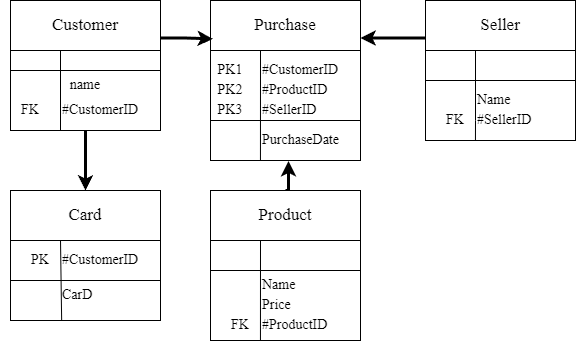
00LoPiGoR00/Practica keeps this draw.io diagram as Реляционная модель данных.png. Above is the earlier version. Source tidied: cells renumbered, new cells last; positions are measured from the earlier drawing's top-left corner, leaving out a move shared by most shapes.
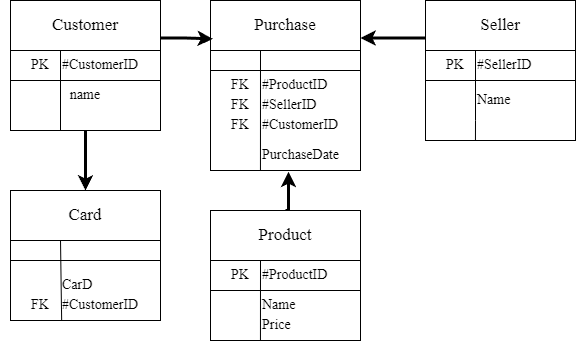
Later version of the same file.

What changed in the source:
```diff
@@ -6,10 +6,10 @@
       <mxGeometry x="10" width="150" height="50" as="geometry" />
     </mxCell>
     <mxCell id="3" style="rounded=0;whiteSpace=wrap;html=1;" parent="1" vertex="1">
-      <mxGeometry x="10" y="50" width="150" height="20" as="geometry" />
+      <mxGeometry x="10" y="50" width="150" height="30" as="geometry" />
     </mxCell>
     <mxCell id="4" style="rounded=0;whiteSpace=wrap;html=1;" parent="1" vertex="1">
-      <mxGeometry x="10" y="70" width="150" height="60" as="geometry" />
+      <mxGeometry x="10" y="80" width="150" height="50" as="geometry" />
     </mxCell>
     <mxCell id="5" style="endArrow=none;html=1;rounded=0;entryX=0.25;entryY=0;entryDx=0;entryDy=0;" parent="1" edge="1">
       <mxGeometry relative="1" as="geometry">
@@ -20,15 +20,9 @@
     <mxCell id="6" value="&lt;font face=&quot;Times New Roman&quot;&gt;&lt;br&gt;&lt;/font&gt;" style="text;html=1;strokeColor=none;fillColor=none;align=center;verticalAlign=middle;whiteSpace=wrap;rounded=0;" parent="1" vertex="1">
       <mxGeometry y="60" width="60" height="30" as="geometry" />
     </mxCell>
-    <mxCell id="7" value="&lt;font face=&quot;Times New Roman&quot;&gt;&lt;font style=&quot;font-size: 14px;&quot;&gt;FK&lt;/font&gt;&lt;br&gt;&lt;/font&gt;" style="text;html=1;strokeColor=none;fillColor=none;align=center;verticalAlign=middle;whiteSpace=wrap;rounded=0;" parent="1" vertex="1">
-      <mxGeometry y="95" width="60" height="30" as="geometry" />
-    </mxCell>
     <mxCell id="8" value="&lt;font style=&quot;font-size: 14px;&quot; face=&quot;Times New Roman&quot;&gt;name&lt;/font&gt;" style="text;html=1;strokeColor=none;fillColor=none;align=center;verticalAlign=middle;whiteSpace=wrap;rounded=0;" parent="1" vertex="1">
-      <mxGeometry x="50" y="70" width="70" height="30" as="geometry" />
+      <mxGeometry x="50" y="80" width="70" height="30" as="geometry" />
     </mxCell>
-    <mxCell id="9" value="&lt;font face=&quot;Times New Roman&quot; style=&quot;font-size: 14px;&quot;&gt;#CustomerID&lt;/font&gt;" style="text;html=1;strokeColor=none;fillColor=none;align=left;verticalAlign=middle;whiteSpace=wrap;rounded=0;" parent="1" vertex="1">
-      <mxGeometry x="60" y="95" width="80" height="30" as="geometry" />
-    </mxCell>
     <mxCell id="10" value="&lt;font face=&quot;Times New Roman&quot;&gt;PK&lt;br&gt;&lt;br&gt;&lt;/font&gt;" style="text;html=1;strokeColor=none;fillColor=none;align=center;verticalAlign=middle;whiteSpace=wrap;rounded=0;" parent="1" vertex="1">
       <mxGeometry x="200" y="55" width="60" height="30" as="geometry" />
     </mxCell>
@@ -39,13 +33,13 @@
       <mxGeometry x="210" width="150" height="50" as="geometry" />
     </mxCell>
     <mxCell id="13" style="rounded=0;whiteSpace=wrap;html=1;" parent="1" vertex="1">
-      <mxGeometry x="210" y="50" width="150" height="70" as="geometry" />
+      <mxGeometry x="210" y="50" width="150" height="20" as="geometry" />
     </mxCell>
     <mxCell id="14" style="edgeStyle=orthogonalEdgeStyle;rounded=0;jettySize=auto;html=1;exitX=0.5;exitY=0;exitDx=0;exitDy=0;strokeWidth=3;entryX=0.52;entryY=1.013;entryDx=0;entryDy=0;entryPerimeter=0;" parent="1" edge="1" source="35" target="15">
       <mxGeometry relative="1" as="geometry" />
     </mxCell>
     <mxCell id="15" style="rounded=0;whiteSpace=wrap;html=1;" parent="1" vertex="1">
-      <mxGeometry x="210" y="120" width="150" height="40" as="geometry" />
+      <mxGeometry x="210" y="70" width="150" height="100" as="geometry" />
     </mxCell>
     <mxCell id="16" style="endArrow=none;html=1;rounded=0;entryX=0.25;entryY=0;entryDx=0;entryDy=0;exitX=0.333;exitY=0.997;exitDx=0;exitDy=0;exitPerimeter=0;" parent="1" edge="1" source="15">
       <mxGeometry relative="1" as="geometry">
@@ -55,9 +49,6 @@
     <mxCell id="17" style="edgeStyle=orthogonalEdgeStyle;rounded=0;jettySize=auto;html=1;exitX=1;exitY=0.75;exitDx=0;exitDy=0;entryX=0.016;entryY=0.767;entryDx=0;entryDy=0;entryPerimeter=0;strokeWidth=3;" parent="1" edge="1" source="2" target="12">
       <mxGeometry relative="1" as="geometry" />
     </mxCell>
-    <mxCell id="18" value="&lt;font face=&quot;Times New Roman&quot;&gt;&lt;font style=&quot;font-size: 14px;&quot;&gt;PK1&lt;/font&gt;&lt;br&gt;&lt;/font&gt;" style="text;html=1;strokeColor=none;fillColor=none;align=center;verticalAlign=middle;whiteSpace=wrap;rounded=0;" parent="1" vertex="1">
-      <mxGeometry x="200" y="55" width="60" height="30" as="geometry" />
-    </mxCell>
     <mxCell id="19" value="&lt;font face=&quot;Times New Roman&quot;&gt;PK&lt;br&gt;&lt;br&gt;&lt;/font&gt;" style="text;html=1;strokeColor=none;fillColor=none;align=center;verticalAlign=middle;whiteSpace=wrap;rounded=0;" parent="1" vertex="1">
       <mxGeometry x="415" y="55" width="60" height="30" as="geometry" />
     </mxCell>
@@ -88,10 +79,10 @@
       <mxGeometry x="10" y="190" width="150" height="50" as="geometry" />
     </mxCell>
     <mxCell id="27" style="rounded=0;whiteSpace=wrap;html=1;" parent="1" vertex="1">
-      <mxGeometry x="10" y="240" width="150" height="40" as="geometry" />
+      <mxGeometry x="10" y="240" width="150" height="20" as="geometry" />
     </mxCell>
     <mxCell id="28" style="rounded=0;whiteSpace=wrap;html=1;" parent="1" vertex="1">
-      <mxGeometry x="10" y="280" width="150" height="40" as="geometry" />
+      <mxGeometry x="10" y="260" width="150" height="60" as="geometry" />
     </mxCell>
     <mxCell id="29" style="endArrow=none;html=1;rounded=0;entryX=0.25;entryY=0;entryDx=0;entryDy=0;exitX=0.341;exitY=1;exitDx=0;exitDy=0;exitPerimeter=0;" parent="1" edge="1" source="28">
       <mxGeometry relative="1" as="geometry">
@@ -102,69 +93,78 @@
       <mxGeometry y="250" width="60" height="30" as="geometry" />
     </mxCell>
     <mxCell id="31" value="&lt;font face=&quot;Times New Roman&quot;&gt;&lt;span style=&quot;font-size: 14px;&quot;&gt;CarD&lt;/span&gt;&lt;/font&gt;" style="text;html=1;strokeColor=none;fillColor=none;align=left;verticalAlign=middle;whiteSpace=wrap;rounded=0;" parent="1" vertex="1">
-      <mxGeometry x="60" y="280" width="80" height="30" as="geometry" />
+      <mxGeometry x="60" y="270" width="80" height="30" as="geometry" />
     </mxCell>
     <mxCell id="32" value="&lt;font face=&quot;Times New Roman&quot;&gt;&lt;font style=&quot;font-size: 14px;&quot;&gt;PK&lt;/font&gt;&lt;br&gt;&lt;/font&gt;" style="text;html=1;strokeColor=none;fillColor=none;align=center;verticalAlign=middle;whiteSpace=wrap;rounded=0;" parent="1" vertex="1">
-      <mxGeometry x="10" y="245" width="60" height="30" as="geometry" />
+      <mxGeometry x="10" y="50" width="60" height="30" as="geometry" />
     </mxCell>
     <mxCell id="33" style="edgeStyle=orthogonalEdgeStyle;rounded=0;jettySize=auto;html=1;exitX=0.5;exitY=1;exitDx=0;exitDy=0;entryX=0.5;entryY=0;entryDx=0;entryDy=0;strokeWidth=3;" parent="1" edge="1" source="4" target="26">
       <mxGeometry relative="1" as="geometry" />
     </mxCell>
     <mxCell id="34" value="&lt;font face=&quot;Times New Roman&quot;&gt;PK&lt;br&gt;&lt;br&gt;&lt;/font&gt;" style="text;html=1;strokeColor=none;fillColor=none;align=center;verticalAlign=middle;whiteSpace=wrap;rounded=0;" parent="1" vertex="1">
-      <mxGeometry x="190" y="250" width="60" height="30" as="geometry" />
+      <mxGeometry x="190" y="270" width="60" height="30" as="geometry" />
     </mxCell>
     <mxCell id="35" value="&lt;font face=&quot;Times New Roman&quot;&gt;&lt;span style=&quot;font-size: 17px;&quot;&gt;Product&lt;/span&gt;&lt;/font&gt;" style="rounded=0;whiteSpace=wrap;html=1;align=center;" parent="1" vertex="1">
-      <mxGeometry x="210" y="190" width="150" height="50" as="geometry" />
+      <mxGeometry x="210" y="210" width="150" height="50" as="geometry" />
     </mxCell>
     <mxCell id="36" style="rounded=0;whiteSpace=wrap;html=1;" parent="1" vertex="1">
-      <mxGeometry x="210" y="240" width="150" height="30" as="geometry" />
+      <mxGeometry x="210" y="260" width="150" height="30" as="geometry" />
     </mxCell>
     <mxCell id="37" style="rounded=0;whiteSpace=wrap;html=1;" parent="1" vertex="1">
-      <mxGeometry x="210" y="270" width="150" height="70" as="geometry" />
+      <mxGeometry x="210" y="290" width="150" height="50" as="geometry" />
     </mxCell>
     <mxCell id="38" style="endArrow=none;html=1;rounded=0;entryX=0.25;entryY=0;entryDx=0;entryDy=0;exitX=0.333;exitY=0.997;exitDx=0;exitDy=0;exitPerimeter=0;" parent="1" edge="1" source="37">
       <mxGeometry relative="1" as="geometry">
-        <mxPoint x="260" y="240" as="targetPoint" />
+        <mxPoint x="260" y="260" as="targetPoint" />
       </mxGeometry>
     </mxCell>
     <mxCell id="39" value="&lt;font face=&quot;Times New Roman&quot;&gt;&lt;span style=&quot;font-size: 14px;&quot;&gt;Price&lt;/span&gt;&lt;/font&gt;" style="text;html=1;strokeColor=none;fillColor=none;align=left;verticalAlign=middle;whiteSpace=wrap;rounded=0;" parent="1" vertex="1">
-      <mxGeometry x="260" y="290" width="80" height="30" as="geometry" />
+      <mxGeometry x="260" y="310" width="80" height="30" as="geometry" />
     </mxCell>
     <mxCell id="40" value="&lt;font face=&quot;Times New Roman&quot; style=&quot;font-size: 14px;&quot;&gt;#CustomerID&lt;/font&gt;" style="text;html=1;strokeColor=none;fillColor=none;align=left;verticalAlign=middle;whiteSpace=wrap;rounded=0;" parent="1" vertex="1">
-      <mxGeometry x="60" y="245" width="80" height="30" as="geometry" />
+      <mxGeometry x="60" y="50" width="80" height="30" as="geometry" />
     </mxCell>
     <mxCell id="41" value="&lt;font face=&quot;Times New Roman&quot;&gt;&lt;span style=&quot;font-size: 14px;&quot;&gt;Name&lt;/span&gt;&lt;/font&gt;" style="text;html=1;strokeColor=none;fillColor=none;align=left;verticalAlign=middle;whiteSpace=wrap;rounded=0;" parent="1" vertex="1">
-      <mxGeometry x="260" y="270" width="80" height="30" as="geometry" />
+      <mxGeometry x="260" y="290" width="80" height="30" as="geometry" />
     </mxCell>
     <mxCell id="42" value="&lt;font face=&quot;Times New Roman&quot; style=&quot;font-size: 14px;&quot;&gt;#ProductID&lt;/font&gt;" style="text;html=1;strokeColor=none;fillColor=none;align=left;verticalAlign=middle;whiteSpace=wrap;rounded=0;" parent="1" vertex="1">
-      <mxGeometry x="260" y="310" width="80" height="30" as="geometry" />
+      <mxGeometry x="260" y="70" width="80" height="30" as="geometry" />
     </mxCell>
     <mxCell id="43" value="&lt;font face=&quot;Times New Roman&quot;&gt;&lt;font style=&quot;font-size: 14px;&quot;&gt;FK&lt;/font&gt;&lt;br&gt;&lt;/font&gt;" style="text;html=1;strokeColor=none;fillColor=none;align=center;verticalAlign=middle;whiteSpace=wrap;rounded=0;" parent="1" vertex="1">
-      <mxGeometry x="210" y="310" width="60" height="30" as="geometry" />
+      <mxGeometry x="210" y="70" width="60" height="30" as="geometry" />
     </mxCell>
-    <mxCell id="44" value="&lt;font face=&quot;Times New Roman&quot; style=&quot;font-size: 14px;&quot;&gt;#CustomerID&lt;/font&gt;" style="text;html=1;strokeColor=none;fillColor=none;align=left;verticalAlign=middle;whiteSpace=wrap;rounded=0;" parent="1" vertex="1">
-      <mxGeometry x="260" y="55" width="80" height="30" as="geometry" />
-    </mxCell>
     <mxCell id="45" value="&lt;font face=&quot;Times New Roman&quot; style=&quot;font-size: 14px;&quot;&gt;#ProductID&lt;/font&gt;" style="text;html=1;strokeColor=none;fillColor=none;align=left;verticalAlign=middle;whiteSpace=wrap;rounded=0;" parent="1" vertex="1">
-      <mxGeometry x="260" y="75" width="80" height="30" as="geometry" />
+      <mxGeometry x="260" y="260" width="80" height="30" as="geometry" />
     </mxCell>
-    <mxCell id="46" value="&lt;font face=&quot;Times New Roman&quot;&gt;&lt;font style=&quot;font-size: 14px;&quot;&gt;PK2&lt;/font&gt;&lt;br&gt;&lt;/font&gt;" style="text;html=1;strokeColor=none;fillColor=none;align=center;verticalAlign=middle;whiteSpace=wrap;rounded=0;" parent="1" vertex="1">
-      <mxGeometry x="200" y="75" width="60" height="30" as="geometry" />
-    </mxCell>
-    <mxCell id="47" value="&lt;font face=&quot;Times New Roman&quot;&gt;&lt;font style=&quot;font-size: 14px;&quot;&gt;PK3&lt;/font&gt;&lt;br&gt;&lt;/font&gt;" style="text;html=1;strokeColor=none;fillColor=none;align=center;verticalAlign=middle;whiteSpace=wrap;rounded=0;" parent="1" vertex="1">
-      <mxGeometry x="200" y="95" width="60" height="30" as="geometry" />
-    </mxCell>
     <mxCell id="48" value="&lt;font face=&quot;Times New Roman&quot; style=&quot;font-size: 14px;&quot;&gt;#SellerID&lt;/font&gt;" style="text;html=1;strokeColor=none;fillColor=none;align=left;verticalAlign=middle;whiteSpace=wrap;rounded=0;" parent="1" vertex="1">
-      <mxGeometry x="260" y="95" width="80" height="30" as="geometry" />
+      <mxGeometry x="475" y="50" width="80" height="30" as="geometry" />
     </mxCell>
     <mxCell id="49" value="&lt;font face=&quot;Times New Roman&quot; style=&quot;font-size: 14px;&quot;&gt;PurchaseDate&lt;/font&gt;" style="text;html=1;strokeColor=none;fillColor=none;align=left;verticalAlign=middle;whiteSpace=wrap;rounded=0;" parent="1" vertex="1">
-      <mxGeometry x="260" y="125" width="80" height="30" as="geometry" />
+      <mxGeometry x="260" y="140" width="80" height="30" as="geometry" />
     </mxCell>
     <mxCell id="50" value="&lt;font face=&quot;Times New Roman&quot; style=&quot;font-size: 14px;&quot;&gt;#SellerID&lt;/font&gt;" style="text;html=1;strokeColor=none;fillColor=none;align=left;verticalAlign=middle;whiteSpace=wrap;rounded=0;" parent="1" vertex="1">
-      <mxGeometry x="475" y="105" width="80" height="30" as="geometry" />
+      <mxGeometry x="260" y="90" width="80" height="30" as="geometry" />
     </mxCell>
     <mxCell id="51" value="&lt;font face=&quot;Times New Roman&quot;&gt;&lt;font style=&quot;font-size: 14px;&quot;&gt;FK&lt;/font&gt;&lt;br&gt;&lt;/font&gt;" style="text;html=1;strokeColor=none;fillColor=none;align=center;verticalAlign=middle;whiteSpace=wrap;rounded=0;" parent="1" vertex="1">
-      <mxGeometry x="425" y="105" width="60" height="30" as="geometry" />
+      <mxGeometry x="210" y="90" width="60" height="30" as="geometry" />
     </mxCell>
+    <mxCell id="52" value="&lt;font face=&quot;Times New Roman&quot;&gt;&lt;font style=&quot;font-size: 14px;&quot;&gt;FK&lt;/font&gt;&lt;br&gt;&lt;/font&gt;" style="text;html=1;strokeColor=none;fillColor=none;align=center;verticalAlign=middle;whiteSpace=wrap;rounded=0;" parent="1" vertex="1">
+      <mxGeometry x="10" y="290" width="60" height="30" as="geometry" />
+    </mxCell>
+    <mxCell id="53" value="&lt;font face=&quot;Times New Roman&quot; style=&quot;font-size: 14px;&quot;&gt;#CustomerID&lt;/font&gt;" style="text;html=1;strokeColor=none;fillColor=none;align=left;verticalAlign=middle;whiteSpace=wrap;rounded=0;" parent="1" vertex="1">
+      <mxGeometry x="60" y="290" width="80" height="30" as="geometry" />
+    </mxCell>
+    <mxCell id="54" value="&lt;font face=&quot;Times New Roman&quot;&gt;&lt;font style=&quot;font-size: 14px;&quot;&gt;PK&lt;/font&gt;&lt;br&gt;&lt;/font&gt;" style="text;html=1;strokeColor=none;fillColor=none;align=center;verticalAlign=middle;whiteSpace=wrap;rounded=0;" parent="1" vertex="1">
+      <mxGeometry x="210" y="260" width="60" height="30" as="geometry" />
+    </mxCell>
+    <mxCell id="55" value="&lt;font face=&quot;Times New Roman&quot;&gt;&lt;font style=&quot;font-size: 14px;&quot;&gt;PK&lt;/font&gt;&lt;br&gt;&lt;/font&gt;" style="text;html=1;strokeColor=none;fillColor=none;align=center;verticalAlign=middle;whiteSpace=wrap;rounded=0;" parent="1" vertex="1">
+      <mxGeometry x="425" y="50" width="60" height="30" as="geometry" />
+    </mxCell>
+    <mxCell id="56" value="&lt;font face=&quot;Times New Roman&quot;&gt;&lt;font style=&quot;font-size: 14px;&quot;&gt;FK&lt;/font&gt;&lt;br&gt;&lt;/font&gt;" style="text;html=1;strokeColor=none;fillColor=none;align=center;verticalAlign=middle;whiteSpace=wrap;rounded=0;" parent="1" vertex="1">
+      <mxGeometry x="210" y="110" width="60" height="30" as="geometry" />
+    </mxCell>
+    <mxCell id="57" value="&lt;font face=&quot;Times New Roman&quot; style=&quot;font-size: 14px;&quot;&gt;#CustomerID&lt;/font&gt;" style="text;html=1;strokeColor=none;fillColor=none;align=left;verticalAlign=middle;whiteSpace=wrap;rounded=0;" parent="1" vertex="1">
+      <mxGeometry x="260" y="110" width="80" height="30" as="geometry" />
+    </mxCell>
   </root>
 </mxGraphModel>
```
